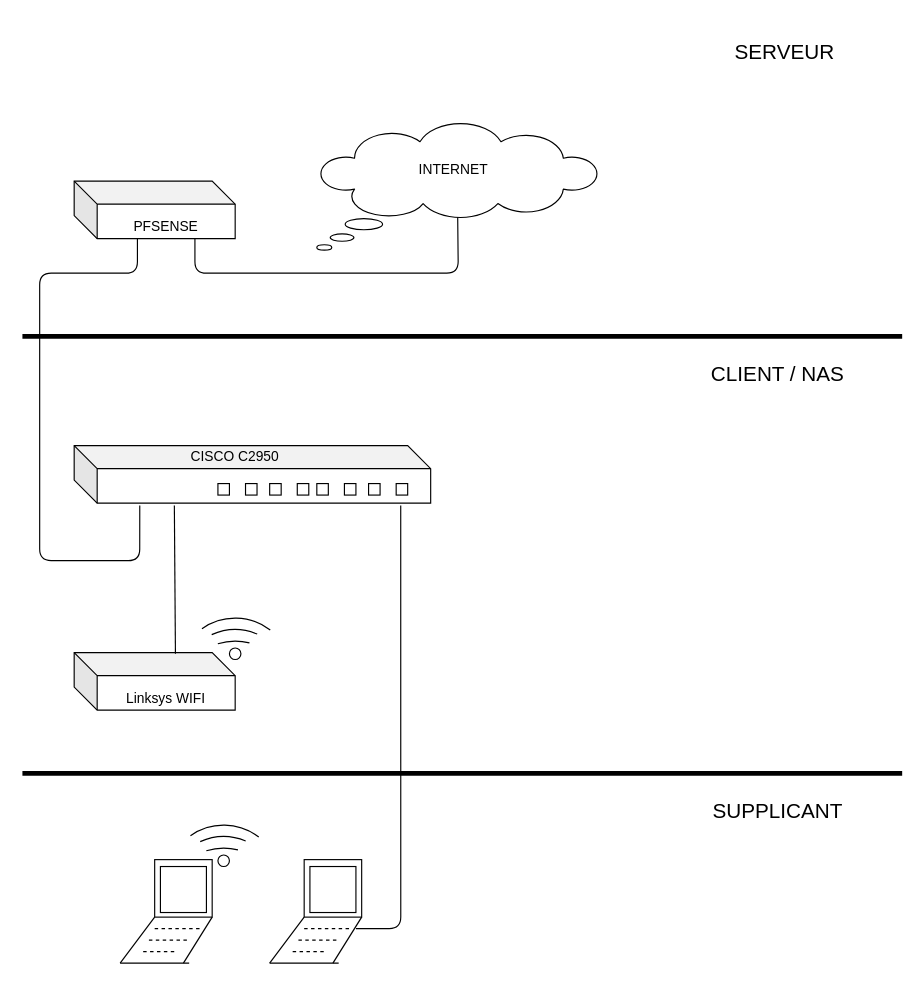
Earlier version of the draw.io diagram Untitled Diagram.drawio (Gomonriou/Radius). Source tidied: cells renumbered, new cells numbered last; positions are measured from the earlier drawing's top-left corner, leaving out a move shared by most shapes. Both pictures are drawn from the tidied source at 115%, with x=0, y=0 at pixel (22, 20).
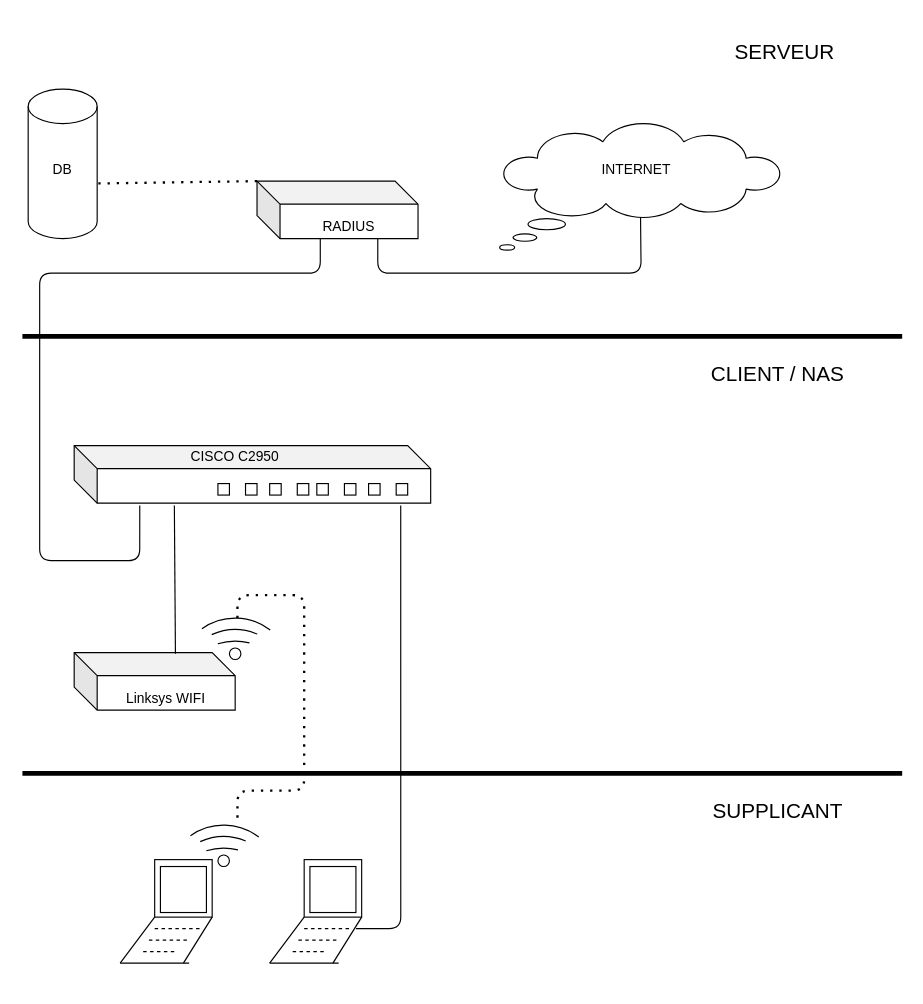
The same diagram, later.

Unchanged cells that the change refers to:
```xml
<mxCell id="2" style="shape=cube;whiteSpace=wrap;html=1;boundedLbl=1;backgroundOutline=1;darkOpacity=0.05;darkOpacity2=0.1;" parent="1" vertex="1">
  <mxGeometry x="45" y="370" width="310" height="50" as="geometry" />
</mxCell>
<mxCell id="25" style="verticalLabelPosition=bottom;verticalAlign=top;html=1;shape=mxgraph.basic.arc;startAngle=0.5686178617438091;endAngle=0.7710962315794206;rotation=120;" parent="1" vertex="1">
  <mxGeometry x="135" y="520" width="100" height="100" as="geometry" />
</mxCell>
```

What changed in the source:
```diff
@@
     <mxCell id="3" style="shape=cube;whiteSpace=wrap;html=1;boundedLbl=1;backgroundOutline=1;darkOpacity=0.05;darkOpacity2=0.1;" parent="1" vertex="1">
-      <mxGeometry x="45" y="140" width="140" height="50" as="geometry" />
+      <mxGeometry x="204" y="140" width="140" height="50" as="geometry" />
     </mxCell>
@@
-    <mxCell id="5" value="PFSENSE" style="text;html=1;strokeColor=none;fillColor=none;align=center;verticalAlign=middle;whiteSpace=wrap;rounded=0;" parent="1" vertex="1">
-      <mxGeometry x="75" y="170" width="100" height="20" as="geometry" />
+    <mxCell id="5" value="RADIUS" style="text;html=1;strokeColor=none;fillColor=none;align=center;verticalAlign=middle;whiteSpace=wrap;rounded=0;" parent="1" vertex="1">
+      <mxGeometry x="234" y="170" width="100" height="20" as="geometry" />
     </mxCell>
@@
     <mxCell id="34" style="endArrow=none;html=1;exitX=0.184;exitY=1.04;exitDx=0;exitDy=0;exitPerimeter=0;entryX=0.25;entryY=1;entryDx=0;entryDy=0;" parent="1" edge="1" source="2" target="5">
       <mxGeometry relative="1" as="geometry">
         <Array as="points">
           <mxPoint x="102" y="470" />
           <mxPoint x="15" y="470" />
           <mxPoint x="15" y="220" />
-          <mxPoint x="100" y="220" />
+          <mxPoint x="259" y="220" />
         </Array>
       </mxGeometry>
     </mxCell>
     <mxCell id="35" style="whiteSpace=wrap;html=1;shape=mxgraph.basic.cloud_callout;" parent="1" vertex="1">
-      <mxGeometry x="256" y="90" width="245" height="110" as="geometry" />
+      <mxGeometry x="415" y="90" width="245" height="110" as="geometry" />
     </mxCell>
     <mxCell id="36" style="endArrow=none;html=1;entryX=0.75;entryY=1;entryDx=0;entryDy=0;exitX=0.5;exitY=0.74;exitDx=0;exitDy=0;exitPerimeter=0;" parent="1" edge="1" source="35" target="5">
       <mxGeometry relative="1" as="geometry">
         <Array as="points">
-          <mxPoint x="379" y="220" />
-          <mxPoint x="150" y="220" />
+          <mxPoint x="538" y="220" />
+          <mxPoint x="309" y="220" />
         </Array>
       </mxGeometry>
     </mxCell>
@@
     <mxCell id="45" value="INTERNET" style="text;html=1;strokeColor=none;fillColor=none;align=center;verticalAlign=middle;whiteSpace=wrap;rounded=0;" parent="1" vertex="1">
-      <mxGeometry x="315" y="110" width="120" height="40" as="geometry" />
+      <mxGeometry x="474" y="110" width="120" height="40" as="geometry" />
     </mxCell>
@@
+    <mxCell id="51" style="shape=cylinder3;whiteSpace=wrap;html=1;boundedLbl=1;backgroundOutline=1;size=15;" parent="1" vertex="1">
+      <mxGeometry x="5" y="60" width="60" height="130" as="geometry" />
+    </mxCell>
+    <mxCell id="52" style="endArrow=none;dashed=1;html=1;dashPattern=1 3;strokeWidth=2;exitX=1.017;exitY=0.631;exitDx=0;exitDy=0;exitPerimeter=0;" parent="1" edge="1" source="51">
+      <mxGeometry relative="1" as="geometry">
+        <mxPoint x="204" y="140" as="targetPoint" />
+      </mxGeometry>
+    </mxCell>
+    <mxCell id="53" value="DB" style="text;html=1;strokeColor=none;fillColor=none;align=center;verticalAlign=middle;whiteSpace=wrap;rounded=0;" parent="1" vertex="1">
+      <mxGeometry x="15" y="120" width="40" height="20" as="geometry" />
+    </mxCell>
+    <mxCell id="54" style="endArrow=none;dashed=1;html=1;dashPattern=1 3;strokeWidth=2;exitX=0.057;exitY=0.733;exitDx=0;exitDy=0;exitPerimeter=0;" parent="1" edge="1" source="25">
+      <mxGeometry relative="1" as="geometry">
+        <mxPoint x="187" y="696" as="targetPoint" />
+        <Array as="points">
+          <mxPoint x="187" y="500" />
+          <mxPoint x="245" y="500" />
+          <mxPoint x="245" y="670" />
+          <mxPoint x="187" y="670" />
+        </Array>
+      </mxGeometry>
+    </mxCell>
```
